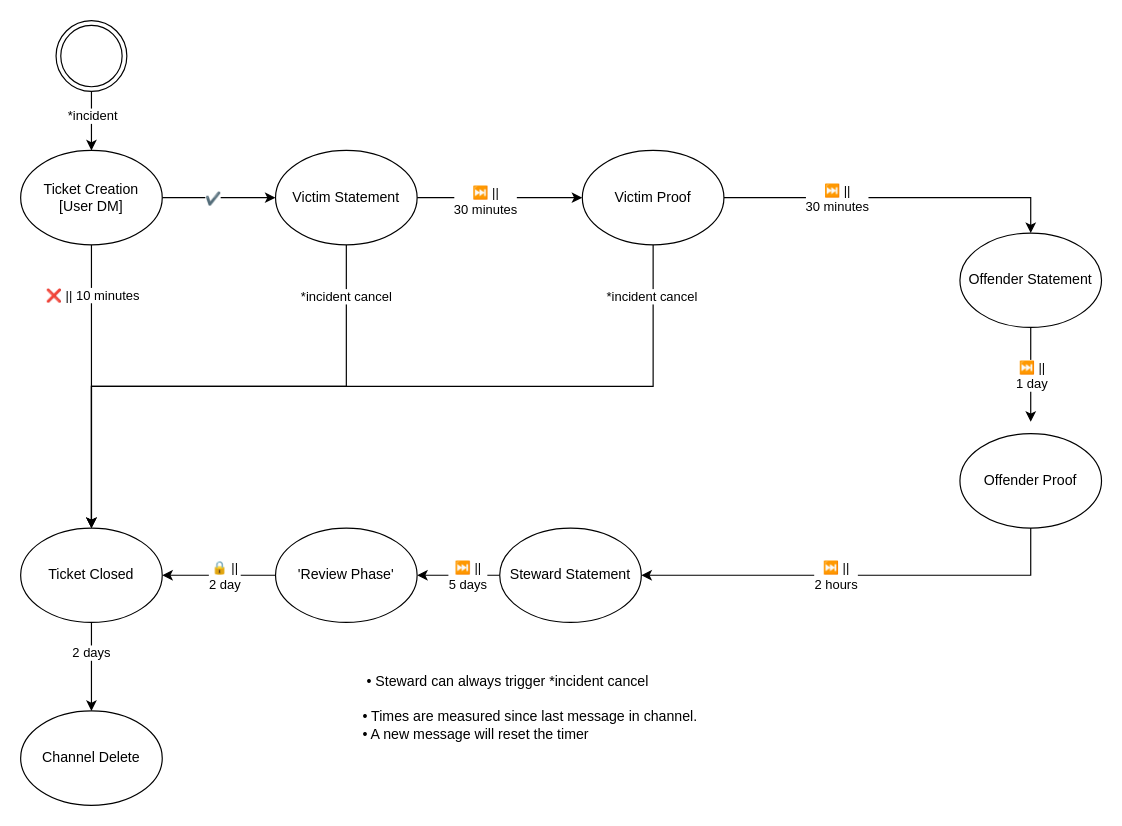
Earlier version of the draw.io diagram StateMachine.drawio (Mayerch1/IncidentBot). Source tidied: cells renumbered, new cells numbered last; positions are measured from the earlier drawing's top-left corner, leaving out a move shared by most shapes. Both pictures are drawn from the tidied source at 118%, with x=0, y=0 at pixel (20, 20).
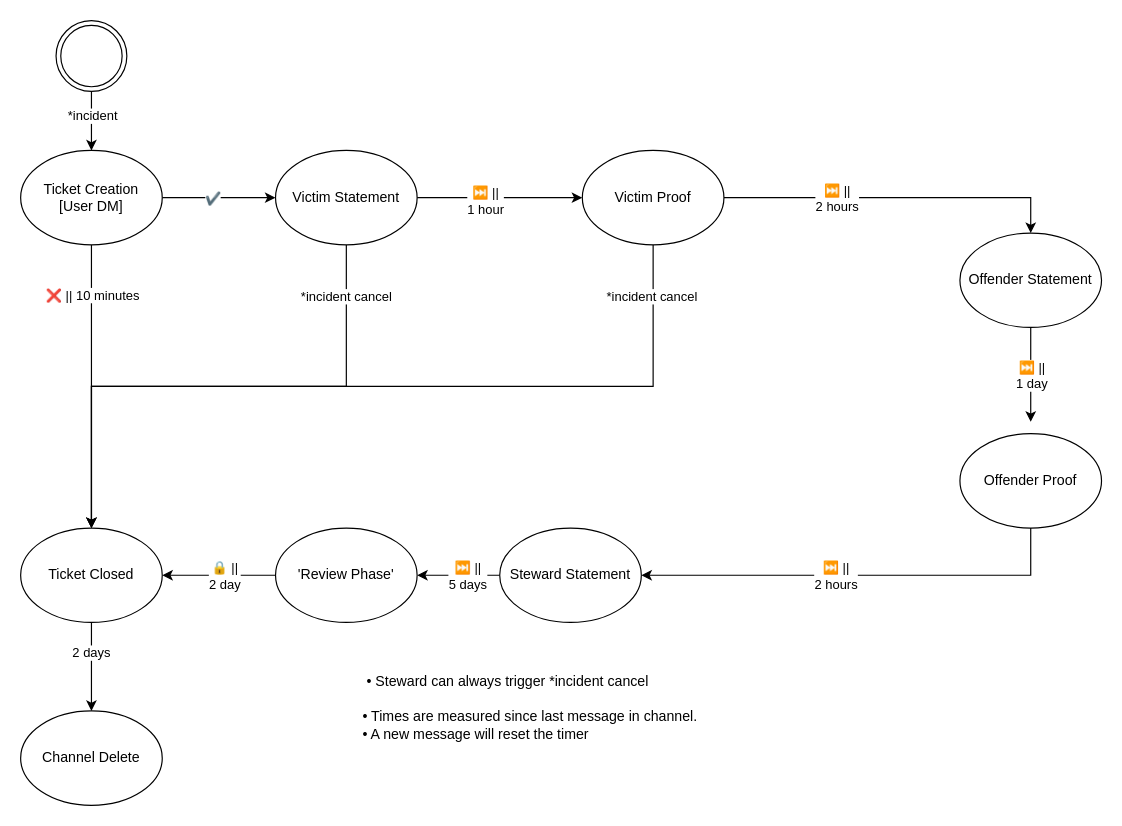
After the change.

The change refers to these unchanged cells:
```xml
<mxCell id="7" style="edgeStyle=orthogonalEdgeStyle;rounded=0;jettySize=auto;html=1;entryX=0;entryY=0.5;entryDx=0;entryDy=0;" parent="1" edge="1" source="11" target="16">
  <mxGeometry relative="1" as="geometry" />
</mxCell>
<mxCell id="12" style="edgeStyle=orthogonalEdgeStyle;rounded=0;jettySize=auto;html=1;entryX=0.5;entryY=0;entryDx=0;entryDy=0;" parent="1" edge="1" source="16" target="19">
  <mxGeometry relative="1" as="geometry" />
</mxCell>
```

What changed in the source:
```diff
@@
-    <mxCell id="8" value="⏭️ ||&lt;br&gt;30 minutes&lt;br&gt;" style="edgeLabel;html=1;align=center;verticalAlign=middle;" parent="7" vertex="1">
+    <mxCell id="8" value="⏭️ ||&lt;br&gt;1 hour" style="edgeLabel;html=1;align=center;verticalAlign=middle;" parent="7" vertex="1">
       <mxGeometry x="-0.18" y="-2" relative="1" as="geometry" />
     </mxCell>
+    <mxCell id="39" value="&lt;br&gt;" style="edgeLabel;html=1;align=center;verticalAlign=middle;" parent="7" vertex="1">
+      <mxGeometry x="-0.16" y="-5" relative="1" as="geometry" />
+    </mxCell>
@@
-    <mxCell id="13" value="⏭️ ||&lt;br&gt;30 minutes" style="edgeLabel;html=1;align=center;verticalAlign=middle;" parent="12" vertex="1">
+    <mxCell id="13" value="⏭️ ||&lt;br&gt;2 hours" style="edgeLabel;html=1;align=center;verticalAlign=middle;" parent="12" vertex="1">
       <mxGeometry x="-0.11" y="-2" relative="1" as="geometry">
         <mxPoint x="-33.8" y="-2" as="offset" />
       </mxGeometry>
     </mxCell>
```
